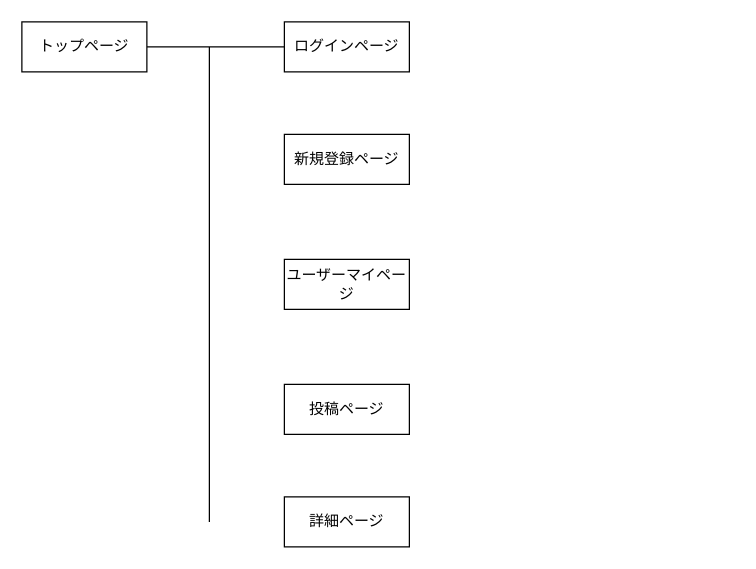
Above: page "ページ2" (2 of 2) of er.dio in TM0710/original_app (draw.io), before the change. Source tidied: cells renumbered, new cells numbered last; positions are measured from the earlier drawing's top-left corner, leaving out a move shared by most shapes. Both pictures are drawn from the tidied source at 125%, with x=0, y=0 at pixel (21, 21).
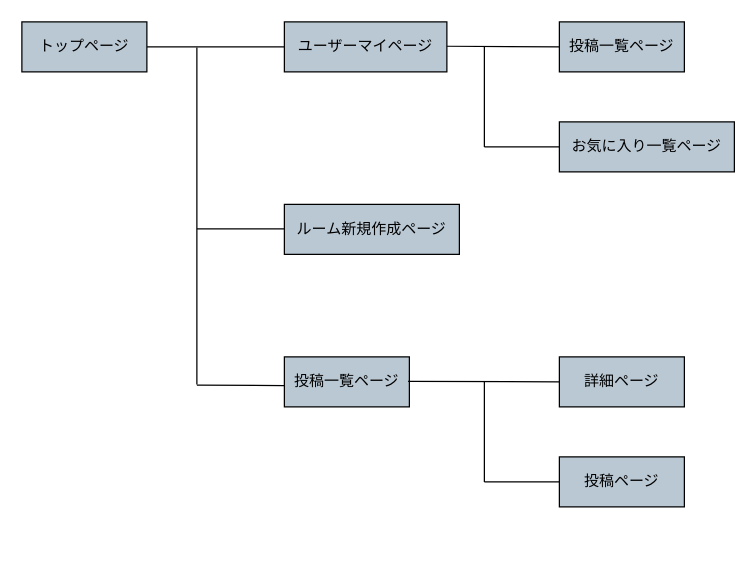
The same diagram, later.

Diff of the diagram source:
```diff
@@
-<mxGraphModel>
+<mxGraphModel background="#ffffff">
@@
-    <mxCell id="2" style="edgeStyle=none;html=1;exitX=1;exitY=0.5;exitDx=0;exitDy=0;entryX=0;entryY=0.5;entryDx=0;entryDy=0;startArrow=none;startFill=0;endArrow=none;endFill=0;" parent="1" edge="1" source="3" target="4">
-      <mxGeometry relative="1" as="geometry" />
+    <mxCell id="2" style="edgeStyle=none;html=1;exitX=1;exitY=0.5;exitDx=0;exitDy=0;entryX=0;entryY=0.5;entryDx=0;entryDy=0;startArrow=none;startFill=0;endArrow=none;endFill=0;fillColor=#bac8d3;strokeColor=#000000;fontColor=#000000;" parent="1" edge="1" source="3">
+      <mxGeometry relative="1" as="geometry">
+        <mxPoint x="210" y="20" as="targetPoint" />
+      </mxGeometry>
     </mxCell>
-    <mxCell id="3" value="トップページ" style="whiteSpace=wrap;html=1;align=center;" parent="1" vertex="1">
+    <mxCell id="3" value="トップページ" style="whiteSpace=wrap;html=1;align=center;fillColor=#bac8d3;strokeColor=#000000;fontColor=#000000;" parent="1" vertex="1">
       <mxGeometry width="100" height="40" as="geometry" />
     </mxCell>
-    <mxCell id="4" value="ログインページ" style="whiteSpace=wrap;html=1;align=center;" parent="1" vertex="1">
-      <mxGeometry x="210" width="100" height="40" as="geometry" />
-    </mxCell>
-    <mxCell id="5" value="新規登録ページ" style="whiteSpace=wrap;html=1;align=center;" parent="1" vertex="1">
-      <mxGeometry x="210" y="90" width="100" height="40" as="geometry" />
+    <mxCell id="5" value="ルーム新規作成ページ" style="whiteSpace=wrap;html=1;align=center;fillColor=#bac8d3;strokeColor=#000000;fontColor=#000000;" parent="1" vertex="1">
+      <mxGeometry x="210" y="146" width="140" height="40" as="geometry" />
     </mxCell>
-    <mxCell id="6" value="ユーザーマイページ" style="whiteSpace=wrap;html=1;align=center;" parent="1" vertex="1">
-      <mxGeometry x="210" y="190" width="100" height="40" as="geometry" />
+    <mxCell id="6" value="ユーザーマイページ" style="whiteSpace=wrap;html=1;align=center;fillColor=#bac8d3;strokeColor=#000000;fontColor=#000000;" parent="1" vertex="1">
+      <mxGeometry x="210" width="130" height="40" as="geometry" />
     </mxCell>
-    <mxCell id="7" value="投稿ページ" style="whiteSpace=wrap;html=1;align=center;" parent="1" vertex="1">
-      <mxGeometry x="210" y="290" width="100" height="40" as="geometry" />
+    <mxCell id="7" value="投稿一覧ページ" style="whiteSpace=wrap;html=1;align=center;fillColor=#bac8d3;strokeColor=#000000;fontColor=#000000;" parent="1" vertex="1">
+      <mxGeometry x="210" y="268" width="100" height="40" as="geometry" />
     </mxCell>
-    <mxCell id="8" style="endArrow=none;html=1;" parent="1" edge="1">
-      <mxGeometry relative="1" as="geometry">
-        <mxPoint x="150" y="400" as="sourcePoint" />
-        <mxPoint x="150" y="20" as="targetPoint" />
-      </mxGeometry>
-    </mxCell>
-    <mxCell id="9" value="詳細ページ" style="whiteSpace=wrap;html=1;align=center;" parent="1" vertex="1">
-      <mxGeometry x="210" y="380" width="100" height="40" as="geometry" />
+    <mxCell id="9" value="詳細ページ" style="whiteSpace=wrap;html=1;align=center;fillColor=#bac8d3;strokeColor=#000000;fontColor=#000000;" parent="1" vertex="1">
+      <mxGeometry x="430" y="268" width="100" height="40" as="geometry" />
     </mxCell>
+    <mxCell id="10" style="edgeStyle=none;html=1;exitX=1;exitY=0.5;exitDx=0;exitDy=0;startArrow=none;startFill=0;endArrow=none;endFill=0;fillColor=#bac8d3;strokeColor=#000000;fontColor=#000000;" parent="1" edge="1">
+      <mxGeometry relative="1" as="geometry">
+        <mxPoint x="140" y="20.5" as="sourcePoint" />
+        <mxPoint x="140" y="290" as="targetPoint" />
+      </mxGeometry>
+    </mxCell>
+    <mxCell id="11" style="edgeStyle=none;html=1;exitX=1;exitY=0.5;exitDx=0;exitDy=0;startArrow=none;startFill=0;endArrow=none;endFill=0;fillColor=#bac8d3;strokeColor=#000000;fontColor=#000000;" parent="1" edge="1">
+      <mxGeometry relative="1" as="geometry">
+        <mxPoint x="140" y="290.5" as="sourcePoint" />
+        <mxPoint x="210" y="291" as="targetPoint" />
+      </mxGeometry>
+    </mxCell>
+    <mxCell id="12" style="edgeStyle=none;html=1;exitX=1;exitY=0.5;exitDx=0;exitDy=0;startArrow=none;startFill=0;endArrow=none;endFill=0;fillColor=#bac8d3;strokeColor=#000000;fontColor=#000000;" parent="1" edge="1">
+      <mxGeometry relative="1" as="geometry">
+        <mxPoint x="140" y="165.5" as="sourcePoint" />
+        <mxPoint x="210" y="165.5" as="targetPoint" />
+      </mxGeometry>
+    </mxCell>
+    <mxCell id="13" style="edgeStyle=none;html=1;exitX=1;exitY=0.5;exitDx=0;exitDy=0;startArrow=none;startFill=0;endArrow=none;endFill=0;entryX=0;entryY=0.5;entryDx=0;entryDy=0;fillColor=#bac8d3;strokeColor=#000000;fontColor=#000000;" parent="1" edge="1">
+      <mxGeometry relative="1" as="geometry">
+        <mxPoint x="309" y="287.5" as="sourcePoint" />
+        <mxPoint x="430" y="288" as="targetPoint" />
+      </mxGeometry>
+    </mxCell>
+    <mxCell id="14" style="edgeStyle=none;html=1;startArrow=none;startFill=0;endArrow=none;endFill=0;fillColor=#bac8d3;strokeColor=#000000;fontColor=#000000;" parent="1" edge="1">
+      <mxGeometry relative="1" as="geometry">
+        <mxPoint x="370" y="288" as="sourcePoint" />
+        <mxPoint x="370" y="368" as="targetPoint" />
+      </mxGeometry>
+    </mxCell>
+    <mxCell id="15" style="edgeStyle=none;html=1;startArrow=none;startFill=0;endArrow=none;endFill=0;fillColor=#bac8d3;strokeColor=#000000;fontColor=#000000;" parent="1" edge="1">
+      <mxGeometry relative="1" as="geometry">
+        <mxPoint x="370" y="368" as="sourcePoint" />
+        <mxPoint x="430" y="368" as="targetPoint" />
+      </mxGeometry>
+    </mxCell>
+    <mxCell id="16" value="投稿ページ" style="whiteSpace=wrap;html=1;align=center;fillColor=#bac8d3;strokeColor=#000000;fontColor=#000000;" parent="1" vertex="1">
+      <mxGeometry x="430" y="348" width="100" height="40" as="geometry" />
+    </mxCell>
+    <mxCell id="17" style="edgeStyle=none;html=1;exitX=1;exitY=0.5;exitDx=0;exitDy=0;startArrow=none;startFill=0;endArrow=none;endFill=0;fillColor=#bac8d3;strokeColor=#000000;fontColor=#000000;" parent="1" edge="1">
+      <mxGeometry relative="1" as="geometry">
+        <mxPoint x="340" y="19.5" as="sourcePoint" />
+        <mxPoint x="430" y="20" as="targetPoint" />
+      </mxGeometry>
+    </mxCell>
+    <mxCell id="18" value="投稿一覧ページ" style="whiteSpace=wrap;html=1;align=center;fillColor=#bac8d3;strokeColor=#000000;fontColor=#000000;" parent="1" vertex="1">
+      <mxGeometry x="430" width="100" height="40" as="geometry" />
+    </mxCell>
+    <mxCell id="19" style="edgeStyle=none;html=1;startArrow=none;startFill=0;endArrow=none;endFill=0;fillColor=#bac8d3;strokeColor=#000000;fontColor=#000000;" parent="1" edge="1">
+      <mxGeometry relative="1" as="geometry">
+        <mxPoint x="370" y="20" as="sourcePoint" />
+        <mxPoint x="370" y="100" as="targetPoint" />
+      </mxGeometry>
+    </mxCell>
+    <mxCell id="20" style="edgeStyle=none;html=1;startArrow=none;startFill=0;endArrow=none;endFill=0;fillColor=#bac8d3;strokeColor=#000000;fontColor=#000000;" parent="1" edge="1">
+      <mxGeometry relative="1" as="geometry">
+        <mxPoint x="370" y="100" as="sourcePoint" />
+        <mxPoint x="430" y="100" as="targetPoint" />
+      </mxGeometry>
+    </mxCell>
+    <mxCell id="21" value="お気に入り一覧ページ" style="whiteSpace=wrap;html=1;align=center;fillColor=#bac8d3;strokeColor=#000000;fontColor=#000000;" parent="1" vertex="1">
+      <mxGeometry x="430" y="80" width="140" height="40" as="geometry" />
+    </mxCell>
```
